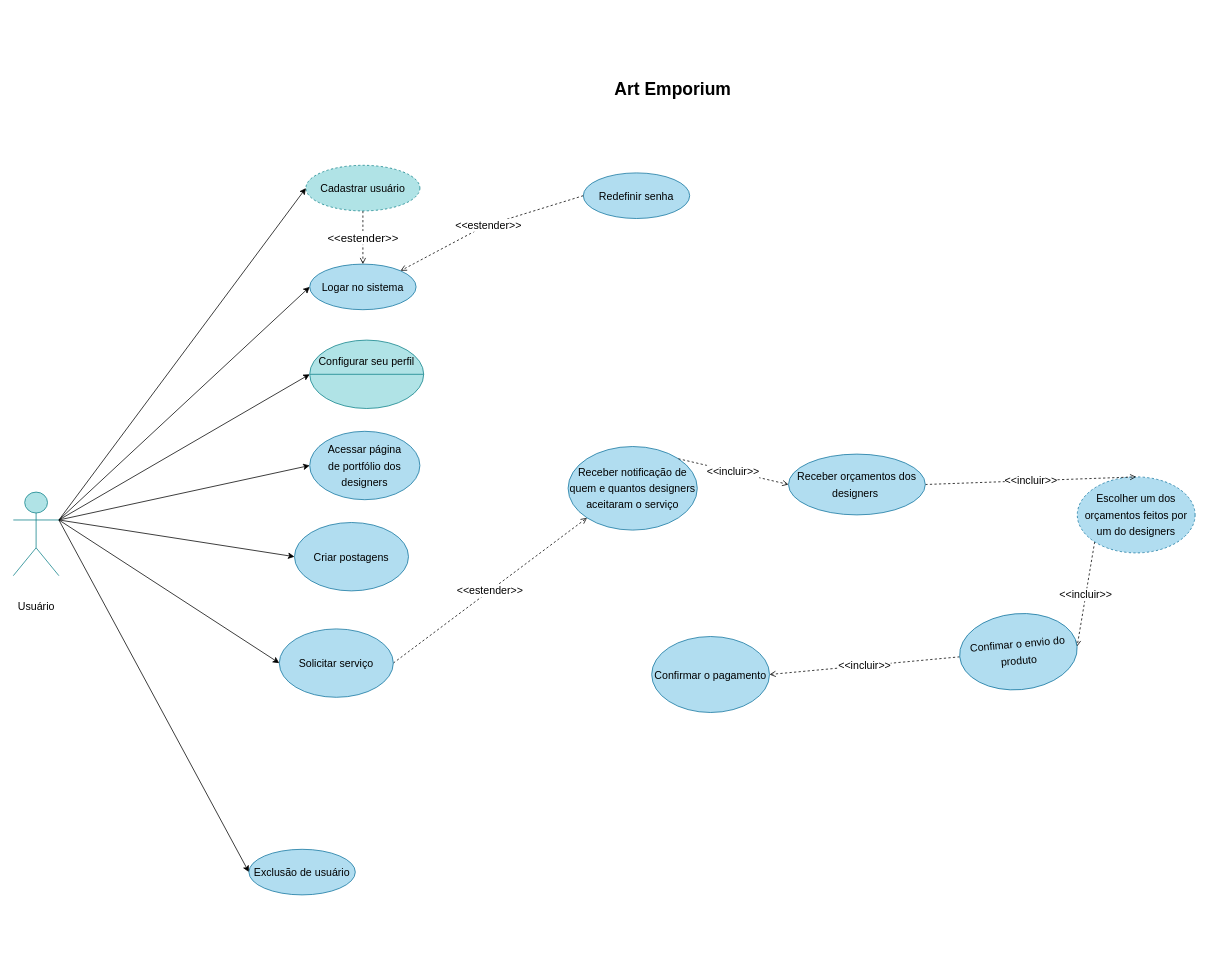
Above: Docs/caso _de_uso - Copia copy.drawio in Clara-ang/Art_Emporium2 (draw.io), before the change. Source tidied: cells renumbered, new cells numbered last; positions are measured from the earlier drawing's top-left corner, leaving out a move shared by most shapes. Both pictures are drawn from the tidied source at 76%, with x=0, y=0 at pixel (13, 74).
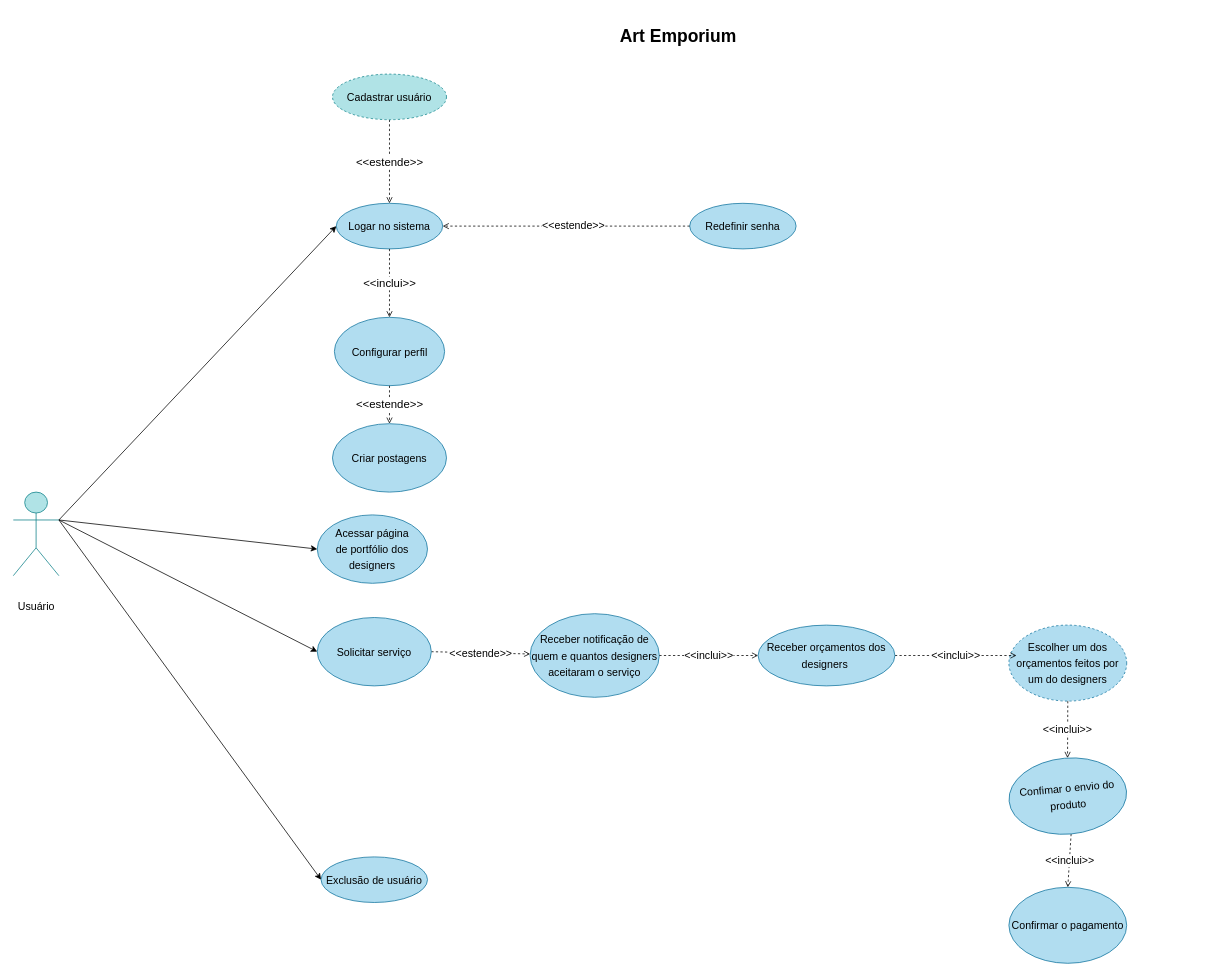
Above is the later version.

Unchanged cells that the change refers to:
```xml
<mxCell id="13" style="shape=umlActor;verticalLabelPosition=bottom;verticalAlign=top;html=1;outlineConnect=0;fontSize=18;fillColor=#b0e3e6;strokeColor=#0e8088;" parent="1" vertex="1">
  <mxGeometry y="550" width="60" height="110" as="geometry" />
</mxCell>
```

Diff of the diagram source:
```diff
@@
     <mxCell id="2" value="&lt;h1&gt;&lt;font style=&quot;font-size: 23px&quot;&gt;Art Emporium&lt;/font&gt;&lt;/h1&gt;" style="text;html=1;strokeColor=none;fillColor=none;spacing=5;spacingTop=-20;whiteSpace=wrap;overflow=hidden;rounded=0;align=center;" parent="1" vertex="1">
-      <mxGeometry x="772.5" width="190" height="50" as="geometry" />
+      <mxGeometry x="780" y="-70" width="190" height="50" as="geometry" />
     </mxCell>
     <mxCell id="3" value="&lt;font style=&quot;font-size: 14px&quot; color=&quot;#000000&quot;&gt;Logar no sistema&lt;/font&gt;" style="ellipse;whiteSpace=wrap;html=1;fontSize=18;fillColor=#b1ddf0;strokeColor=#10739e;" parent="1" vertex="1">
-      <mxGeometry x="390" y="250" width="140" height="60" as="geometry" />
+      <mxGeometry x="425" y="170" width="140" height="60" as="geometry" />
     </mxCell>
-    <mxCell id="4" value="&amp;lt;&amp;lt;estender&amp;gt;&amp;gt;" style="edgeStyle=none;html=1;exitX=0.5;exitY=1;exitDx=0;exitDy=0;fontSize=15;sourcePerimeterSpacing=0;strokeColor=default;dashed=1;endArrow=open;endFill=0;" parent="1" edge="1" source="5" target="3">
+    <mxCell id="4" value="&amp;lt;&amp;lt;estende&amp;gt;&amp;gt;" style="edgeStyle=none;html=1;exitX=0.5;exitY=1;exitDx=0;exitDy=0;fontSize=15;sourcePerimeterSpacing=0;strokeColor=default;dashed=1;endArrow=open;endFill=0;" parent="1" edge="1" source="5" target="3">
       <mxGeometry relative="1" as="geometry" />
     </mxCell>
     <mxCell id="5" value="&lt;font color=&quot;#000000&quot; style=&quot;font-size: 14px&quot;&gt;Cadastrar usuário&lt;/font&gt;" style="ellipse;whiteSpace=wrap;html=1;fontSize=15;fillColor=#b0e3e6;strokeColor=#0e8088;dashed=1;" parent="1" vertex="1">
-      <mxGeometry x="385" y="120" width="150" height="60" as="geometry" />
+      <mxGeometry x="420" width="150" height="60" as="geometry" />
     </mxCell>
-    <mxCell id="6" style="edgeStyle=none;html=1;exitX=1;exitY=0.3333333333333333;exitDx=0;exitDy=0;exitPerimeter=0;entryX=0;entryY=0.5;entryDx=0;entryDy=0;fontSize=14;" parent="1" edge="1" source="13" target="5">
-      <mxGeometry relative="1" as="geometry" />
-    </mxCell>
@@
-    <mxCell id="10" style="edgeStyle=none;html=1;exitX=1;exitY=0.3333333333333333;exitDx=0;exitDy=0;exitPerimeter=0;entryX=0;entryY=0.5;entryDx=0;entryDy=0;fontSize=14;" parent="1" edge="1" source="13" target="20">
-      <mxGeometry relative="1" as="geometry" />
-    </mxCell>
@@
-    <mxCell id="12" style="edgeStyle=none;html=1;exitX=1;exitY=0.3333333333333333;exitDx=0;exitDy=0;exitPerimeter=0;entryX=0;entryY=0.5;entryDx=0;entryDy=0;fontSize=14;endArrow=classic;endFill=1;strokeWidth=1;" parent="1" edge="1" source="13" target="30">
-      <mxGeometry relative="1" as="geometry" />
-    </mxCell>
@@
     <mxCell id="14" value="&lt;font color=&quot;#000000&quot; style=&quot;font-size: 14px&quot;&gt;&lt;span style=&quot;line-height: 1.2&quot;&gt;Acessar página&lt;br&gt;de portfólio dos designers&lt;/span&gt;&lt;/font&gt;" style="ellipse;whiteSpace=wrap;html=1;fontSize=18;fillColor=#b1ddf0;strokeColor=#10739e;" parent="1" vertex="1">
-      <mxGeometry x="390" y="470" width="145" height="90" as="geometry" />
+      <mxGeometry x="400" y="580" width="145" height="90" as="geometry" />
     </mxCell>
     <mxCell id="15" value="&lt;font color=&quot;#000000&quot; style=&quot;font-size: 14px&quot;&gt;Redefinir senha&lt;/font&gt;" style="ellipse;whiteSpace=wrap;html=1;fontSize=18;fillColor=#b1ddf0;strokeColor=#10739e;" parent="1" vertex="1">
-      <mxGeometry x="750" y="130" width="140" height="60" as="geometry" />
+      <mxGeometry x="890" y="170" width="140" height="60" as="geometry" />
     </mxCell>
     <mxCell id="16" value="&lt;font color=&quot;#000000&quot; style=&quot;font-size: 14px&quot;&gt;Exclusão de usuário&lt;/font&gt;" style="ellipse;whiteSpace=wrap;html=1;fontSize=18;fillColor=#b1ddf0;strokeColor=#10739e;" parent="1" vertex="1">
-      <mxGeometry x="310" y="1020" width="140" height="60" as="geometry" />
+      <mxGeometry x="405" y="1030" width="140" height="60" as="geometry" />
     </mxCell>
-    <mxCell id="17" value="&amp;lt;&amp;lt;estender&amp;gt;&amp;gt;" style="edgeStyle=none;html=1;exitX=1;exitY=0.5;exitDx=0;exitDy=0;entryX=0;entryY=1;entryDx=0;entryDy=0;dashed=1;fontSize=14;endArrow=open;endFill=0;strokeWidth=1;" parent="1" edge="1" source="18" target="26">
+    <mxCell id="17" value="&amp;lt;&amp;lt;estende&amp;gt;&amp;gt;" style="edgeStyle=none;html=1;exitX=1;exitY=0.5;exitDx=0;exitDy=0;dashed=1;fontSize=14;endArrow=open;endFill=0;strokeWidth=1;" parent="1" edge="1" source="18" target="26">
       <mxGeometry relative="1" as="geometry" />
     </mxCell>
     <mxCell id="18" value="&lt;font color=&quot;#000000&quot;&gt;&lt;span style=&quot;font-size: 14px&quot;&gt;Solicitar serviço&lt;/span&gt;&lt;/font&gt;" style="ellipse;whiteSpace=wrap;html=1;fontSize=18;fillColor=#b1ddf0;strokeColor=#10739e;" parent="1" vertex="1">
-      <mxGeometry x="350" y="730" width="150" height="90" as="geometry" />
+      <mxGeometry x="400" y="715" width="150" height="90" as="geometry" />
     </mxCell>
-    <mxCell id="19" value="&amp;lt;&amp;lt;estender&amp;gt;&amp;gt;" style="edgeStyle=none;html=1;exitX=0;exitY=0.5;exitDx=0;exitDy=0;entryX=1;entryY=0;entryDx=0;entryDy=0;dashed=1;fontSize=14;endArrow=open;endFill=0;strokeWidth=1;" parent="1" edge="1" source="15" target="3">
-      <mxGeometry relative="1" as="geometry">
-        <Array as="points">
-          <mxPoint x="620" y="200" />
-        </Array>
-      </mxGeometry>
+    <mxCell id="19" value="&amp;lt;&amp;lt;estende&amp;gt;&amp;gt;" style="edgeStyle=none;html=1;exitX=0;exitY=0.5;exitDx=0;exitDy=0;dashed=1;fontSize=14;endArrow=open;endFill=0;strokeWidth=1;" parent="1" edge="1" source="15" target="3">
+      <mxGeometry x="-0.06" y="-1" relative="1" as="geometry" />
     </mxCell>
     <mxCell id="20" value="&lt;font color=&quot;#000000&quot;&gt;&lt;span style=&quot;font-size: 14px&quot;&gt;Criar postagens&lt;/span&gt;&lt;/font&gt;" style="ellipse;whiteSpace=wrap;html=1;fontSize=18;fillColor=#b1ddf0;strokeColor=#10739e;" parent="1" vertex="1">
-      <mxGeometry x="370" y="590" width="150" height="90" as="geometry" />
+      <mxGeometry x="420" y="460" width="150" height="90" as="geometry" />
     </mxCell>
-    <mxCell id="21" value="&amp;lt;&amp;lt;incluir&amp;gt;&amp;gt;" style="edgeStyle=none;html=1;exitX=0;exitY=1;exitDx=0;exitDy=0;entryX=1;entryY=0.5;entryDx=0;entryDy=0;dashed=1;fontSize=14;endArrow=open;endFill=0;strokeWidth=1;" parent="1" edge="1" source="22" target="25">
+    <mxCell id="21" value="&amp;lt;&amp;lt;inclui&amp;gt;&amp;gt;" style="edgeStyle=none;html=1;exitX=0.5;exitY=1;exitDx=0;exitDy=0;dashed=1;fontSize=14;endArrow=open;endFill=0;strokeWidth=1;" parent="1" edge="1" source="22" target="25">
       <mxGeometry relative="1" as="geometry" />
     </mxCell>
     <mxCell id="22" value="&lt;font color=&quot;#000000&quot;&gt;&lt;span style=&quot;font-size: 14px&quot;&gt;Escolher um dos orçamentos feitos por um do designers&lt;/span&gt;&lt;/font&gt;" style="ellipse;whiteSpace=wrap;html=1;fontSize=18;fillColor=#b1ddf0;strokeColor=#10739e;dashed=1;rotation=0;" parent="1" vertex="1">
-      <mxGeometry x="1400" y="530" width="155" height="100" as="geometry" />
+      <mxGeometry x="1310" y="725" width="155" height="100" as="geometry" />
     </mxCell>
     <mxCell id="23" value="&lt;font color=&quot;#000000&quot;&gt;&lt;span style=&quot;font-size: 14px&quot;&gt;Confirmar o pagamento&lt;/span&gt;&lt;/font&gt;" style="ellipse;whiteSpace=wrap;html=1;fontSize=18;fillColor=#b1ddf0;strokeColor=#10739e;" parent="1" vertex="1">
-      <mxGeometry x="840" y="740" width="155" height="100" as="geometry" />
+      <mxGeometry x="1310" y="1070" width="155" height="100" as="geometry" />
     </mxCell>
-    <mxCell id="24" value="&amp;lt;&amp;lt;incluir&amp;gt;&amp;gt;" style="edgeStyle=none;html=1;exitX=0;exitY=0.5;exitDx=0;exitDy=0;entryX=1;entryY=0.5;entryDx=0;entryDy=0;dashed=1;fontSize=14;endArrow=open;endFill=0;strokeWidth=1;" parent="1" edge="1" source="25" target="23">
+    <mxCell id="24" value="&amp;lt;&amp;lt;inclui&amp;gt;&amp;gt;" style="edgeStyle=none;html=1;exitX=0.5;exitY=1;exitDx=0;exitDy=0;entryX=0.5;entryY=0;entryDx=0;entryDy=0;dashed=1;fontSize=14;endArrow=open;endFill=0;strokeWidth=1;" parent="1" edge="1" source="25" target="23">
       <mxGeometry relative="1" as="geometry" />
     </mxCell>
     <mxCell id="25" value="&lt;font color=&quot;#000000&quot;&gt;&lt;span style=&quot;font-size: 14px&quot;&gt;Confimar o envio do produto&lt;/span&gt;&lt;/font&gt;" style="ellipse;whiteSpace=wrap;html=1;fontSize=18;fillColor=#b1ddf0;strokeColor=#10739e;rotation=-5;" parent="1" vertex="1">
-      <mxGeometry x="1245" y="710" width="155" height="100" as="geometry" />
+      <mxGeometry x="1310" y="900" width="155" height="100" as="geometry" />
     </mxCell>
     <mxCell id="26" value="&lt;font color=&quot;#000000&quot;&gt;&lt;span style=&quot;font-size: 14px&quot;&gt;Receber notificação de quem e quantos designers aceitaram o serviço&lt;/span&gt;&lt;/font&gt;" style="ellipse;whiteSpace=wrap;html=1;fontSize=18;fillColor=#b1ddf0;strokeColor=#10739e;" parent="1" vertex="1">
-      <mxGeometry x="730" y="490" width="170" height="110" as="geometry" />
+      <mxGeometry x="680" y="710" width="170" height="110" as="geometry" />
     </mxCell>
-    <mxCell id="27" value="&amp;lt;&amp;lt;incluir&amp;gt;&amp;gt;" style="edgeStyle=none;html=1;exitX=1;exitY=0.5;exitDx=0;exitDy=0;entryX=0.5;entryY=0;entryDx=0;entryDy=0;fontSize=14;endArrow=open;endFill=0;strokeWidth=1;dashed=1;" parent="1" edge="1" source="28" target="22">
+    <mxCell id="27" value="&amp;lt;&amp;lt;inclui&amp;gt;&amp;gt;" style="edgeStyle=none;html=1;exitX=1;exitY=0.5;exitDx=0;exitDy=0;entryX=0.065;entryY=0.4;entryDx=0;entryDy=0;fontSize=14;endArrow=open;endFill=0;strokeWidth=1;dashed=1;entryPerimeter=0;" parent="1" edge="1" source="28" target="22">
       <mxGeometry relative="1" as="geometry" />
     </mxCell>
     <mxCell id="28" value="&lt;font color=&quot;#000000&quot;&gt;&lt;span style=&quot;font-size: 14px&quot;&gt;Receber orçamentos dos designers&amp;nbsp;&lt;/span&gt;&lt;/font&gt;" style="ellipse;whiteSpace=wrap;html=1;fontSize=18;fillColor=#b1ddf0;strokeColor=#10739e;" parent="1" vertex="1">
-      <mxGeometry x="1020" y="500" width="180" height="80" as="geometry" />
+      <mxGeometry x="980" y="725" width="180" height="80" as="geometry" />
     </mxCell>
-    <mxCell id="29" value="&amp;lt;&amp;lt;incluir&amp;gt;&amp;gt;" style="edgeStyle=none;html=1;dashed=1;fontSize=14;endArrow=open;endFill=0;strokeWidth=1;exitX=1;exitY=0;exitDx=0;exitDy=0;entryX=0;entryY=0.5;entryDx=0;entryDy=0;" parent="1" edge="1" source="26" target="28">
+    <mxCell id="29" value="&amp;lt;&amp;lt;inclui&amp;gt;&amp;gt;" style="edgeStyle=none;html=1;dashed=1;fontSize=14;endArrow=open;endFill=0;strokeWidth=1;exitX=1;exitY=0.5;exitDx=0;exitDy=0;entryX=0;entryY=0.5;entryDx=0;entryDy=0;" parent="1" edge="1" source="26" target="28">
       <mxGeometry relative="1" as="geometry" />
     </mxCell>
-    <mxCell id="30" value="&lt;font color=&quot;#000000&quot;&gt;Configurar seu perfil&lt;br&gt;&lt;br&gt;&lt;br&gt;&lt;/font&gt;" style="shape=lineEllipse;perimeter=ellipsePerimeter;whiteSpace=wrap;html=1;backgroundOutline=1;fontSize=14;strokeColor=#0e8088;fillColor=#b0e3e6;" parent="1" vertex="1">
-      <mxGeometry x="390" y="350" width="150" height="90" as="geometry" />
-    </mxCell>
@@
+    <mxCell id="32" value="&amp;lt;&amp;lt;inclui&amp;gt;&amp;gt;" style="edgeStyle=none;html=1;exitX=0.5;exitY=1;exitDx=0;exitDy=0;fontSize=15;sourcePerimeterSpacing=0;strokeColor=default;dashed=1;endArrow=open;endFill=0;entryX=0.5;entryY=0;entryDx=0;entryDy=0;" parent="1" edge="1" source="3" target="33">
+      <mxGeometry relative="1" as="geometry" />
+    </mxCell>
+    <mxCell id="33" value="&lt;font color=&quot;#000000&quot;&gt;&lt;span style=&quot;font-size: 14px&quot;&gt;Configurar perfil&lt;/span&gt;&lt;/font&gt;" style="ellipse;whiteSpace=wrap;html=1;fontSize=18;fillColor=#b1ddf0;strokeColor=#10739e;" parent="1" vertex="1">
+      <mxGeometry x="422.5" y="320" width="145" height="90" as="geometry" />
+    </mxCell>
+    <mxCell id="34" value="&amp;lt;&amp;lt;estende&amp;gt;&amp;gt;" style="edgeStyle=none;html=1;fontSize=15;sourcePerimeterSpacing=0;strokeColor=default;dashed=1;endArrow=open;endFill=0;exitX=0.5;exitY=1;exitDx=0;exitDy=0;" parent="1" edge="1" source="33" target="20">
+      <mxGeometry x="-0.03" relative="1" as="geometry" />
+    </mxCell>
```
